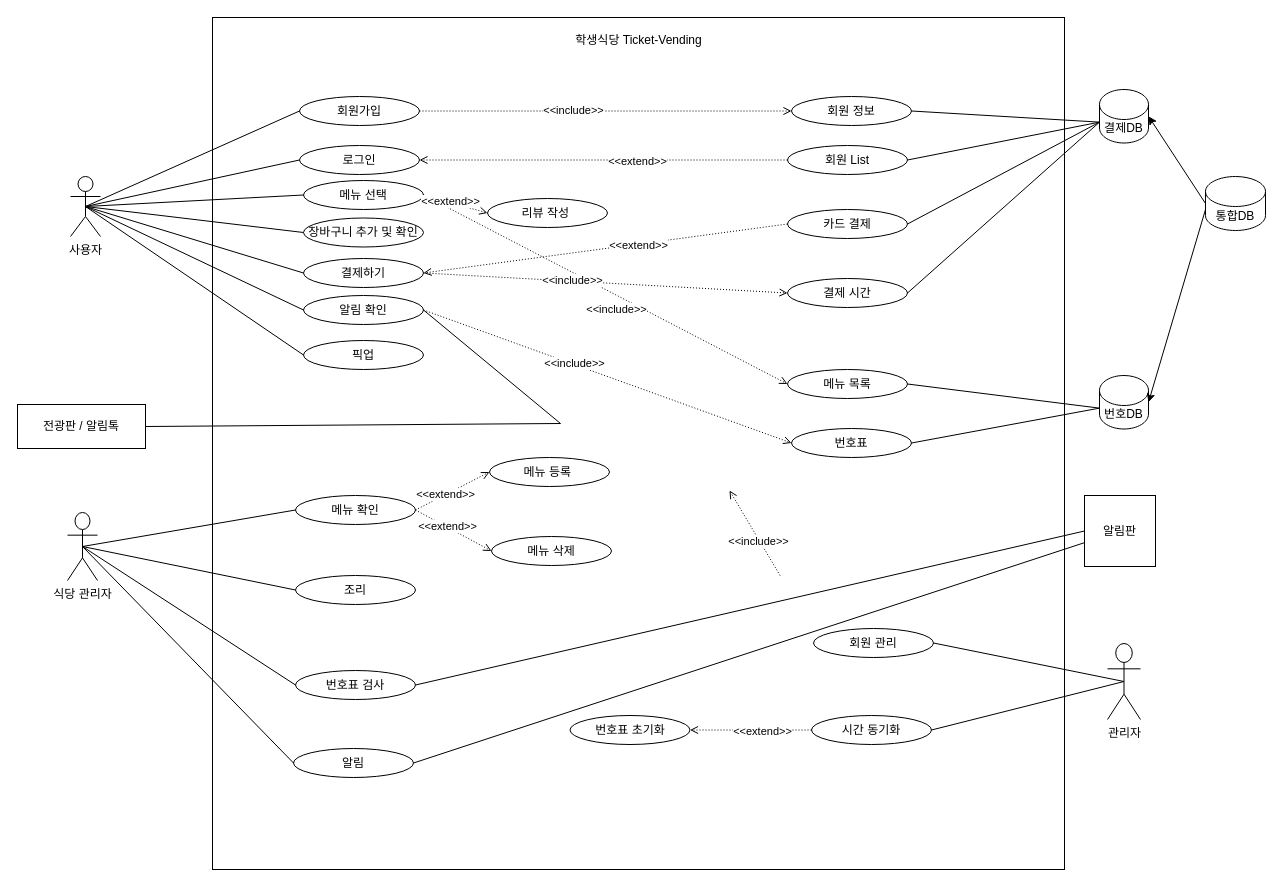
Earlier version of the draw.io diagram Student-cafeteria.drawio (four-idiots-team/student-cafteria-ticket-vending). Source tidied: cells renumbered, new cells numbered last; positions are measured from the earlier drawing's top-left corner, leaving out a move shared by most shapes. Both pictures are drawn from the tidied source at 100%, with x=0, y=0 at pixel (17, 17).
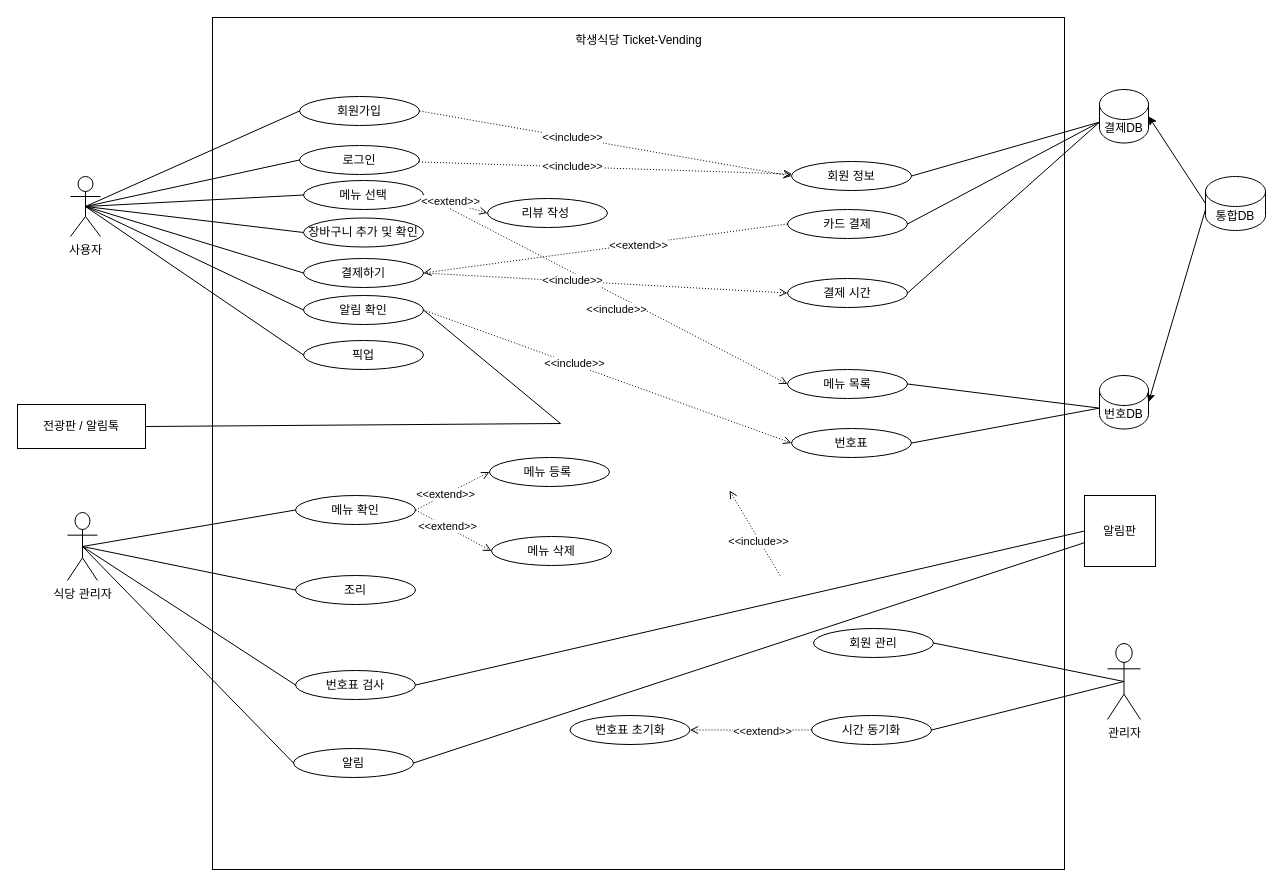
The same diagram, later.

The change refers to these unchanged cells:
```xml
<mxCell id="4" value="로그인" style="ellipse;whiteSpace=wrap;html=1;" parent="1" vertex="1">
  <mxGeometry x="282" y="128" width="120" height="29" as="geometry" />
</mxCell>
<mxCell id="41" value="결제DB" style="shape=cylinder3;whiteSpace=wrap;html=1;boundedLbl=1;backgroundOutline=1;size=15;" parent="1" vertex="1">
  <mxGeometry x="1082" y="72" width="49" height="53.5" as="geometry" />
</mxCell>
```

What changed in the source:
```diff
@@
     <mxCell id="19" value="회원 정보" style="ellipse;whiteSpace=wrap;html=1;" parent="1" vertex="1">
-      <mxGeometry x="774" y="79" width="120" height="29" as="geometry" />
+      <mxGeometry x="774" y="144" width="120" height="29" as="geometry" />
     </mxCell>
@@
-    <mxCell id="24" value="회원 List" style="ellipse;whiteSpace=wrap;html=1;" parent="1" vertex="1">
-      <mxGeometry x="770" y="128" width="120" height="29" as="geometry" />
-    </mxCell>
@@
-    <mxCell id="40" style="endArrow=none;html=1;rounded=0;exitX=1;exitY=0.5;exitDx=0;exitDy=0;entryX=0;entryY=0;entryDx=0;entryDy=32.625;entryPerimeter=0;" parent="1" edge="1" source="24" target="41">
-      <mxGeometry relative="1" as="geometry" />
-    </mxCell>
@@
-    <mxCell id="48" style="endArrow=open;html=1;rounded=0;dashed=1;dashPattern=1 2;endFill=0;exitX=0;exitY=0.5;exitDx=0;exitDy=0;entryX=1;entryY=0.5;entryDx=0;entryDy=0;" parent="1" edge="1" source="24" target="4">
-      <mxGeometry relative="1" as="geometry" />
-    </mxCell>
-    <mxCell id="49" value="&amp;lt;&amp;lt;extend&amp;gt;&amp;gt;" style="edgeLabel;html=1;align=center;verticalAlign=middle;" parent="48" vertex="1">
-      <mxGeometry x="-0.18" y="1" relative="1" as="geometry" />
-    </mxCell>
@@
+    <mxCell id="84" style="endArrow=open;html=1;rounded=0;dashed=1;dashPattern=1 2;endFill=0;" parent="1" edge="1" source="4" target="19">
+      <mxGeometry relative="1" as="geometry" />
+    </mxCell>
+    <mxCell id="85" value="&amp;lt;&amp;lt;include&amp;gt;&amp;gt;" style="edgeLabel;html=1;align=center;verticalAlign=middle;" parent="84" vertex="1">
+      <mxGeometry x="-0.18" y="1" relative="1" as="geometry" />
+    </mxCell>
```
